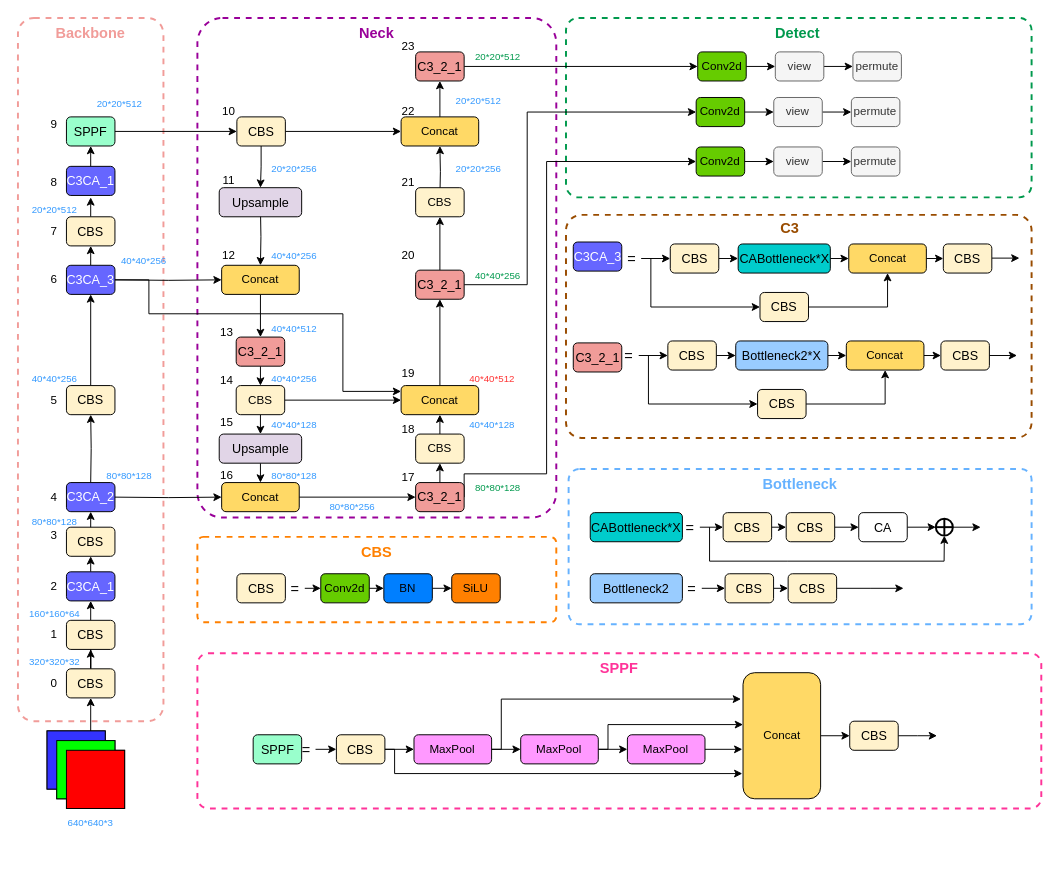
The draw.io diagram improvedyolov56.0.drawio in HaoyuScut/PaddleOCR, before the edit. Source tidied: cells renumbered, new cells numbered last; positions are measured from the earlier drawing's top-left corner, leaving out a move shared by most shapes. Both pictures are drawn from the tidied source at 97%, with x=0, y=0 at pixel (17, 17).
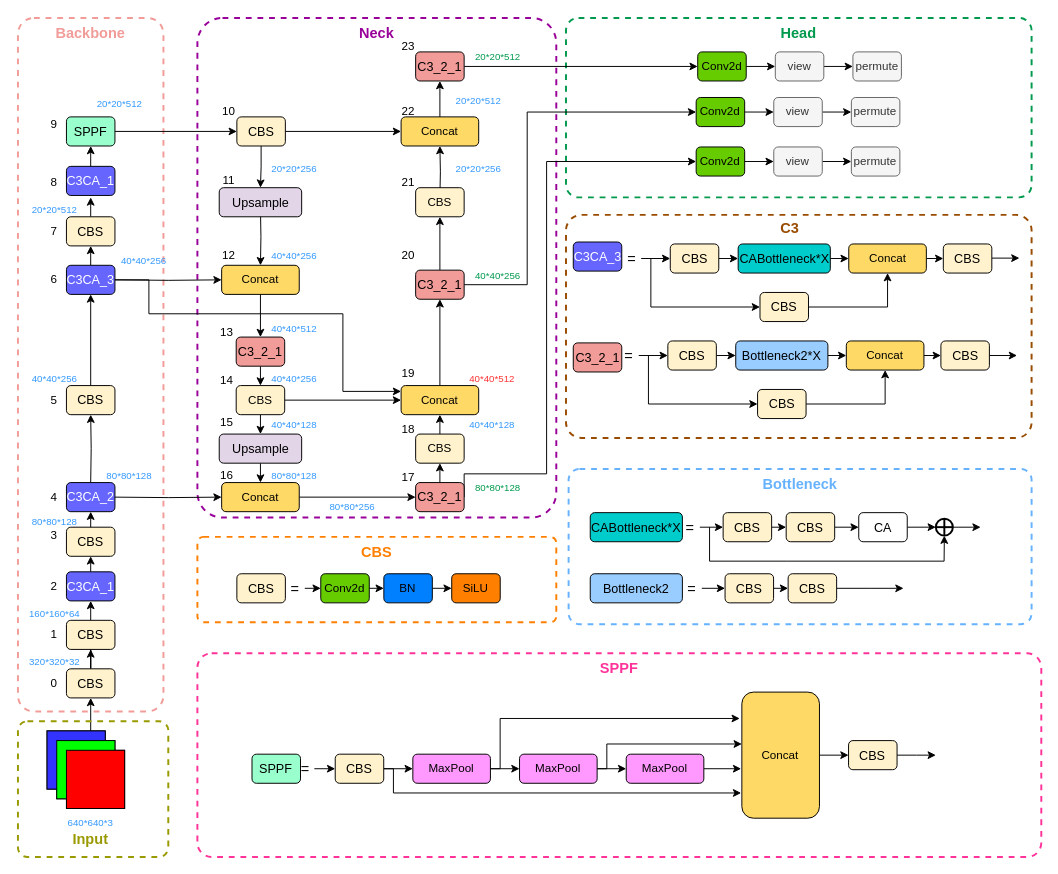
Above is the later version.

Diff of the diagram source:
```diff
@@
     <mxCell id="3" style="rounded=1;whiteSpace=wrap;html=1;shadow=0;dashed=1;fontSize=12;fontColor=#00994D;strokeColor=#FF3399;strokeWidth=2;fillColor=none;arcSize=7;" parent="1" vertex="1">
-      <mxGeometry x="185" y="655" width="870" height="160" as="geometry" />
+      <mxGeometry x="185" y="655" width="870" height="210" as="geometry" />
     </mxCell>
@@
     <mxCell id="8" style="rounded=1;whiteSpace=wrap;html=1;shadow=0;strokeColor=#F19C99;fillColor=none;dashed=1;strokeWidth=2;arcSize=11;" parent="1" vertex="1">
-      <mxGeometry width="150" height="725" as="geometry" />
+      <mxGeometry width="150" height="715" as="geometry" />
     </mxCell>
@@
-    <mxCell id="129" value="&lt;b style=&quot;&quot;&gt;&lt;font color=&quot;#00994d&quot; style=&quot;font-size: 15px;&quot;&gt;Detect&lt;/font&gt;&lt;/b&gt;" style="text;html=1;strokeColor=none;fillColor=none;align=center;verticalAlign=middle;whiteSpace=wrap;rounded=0;shadow=0;dashed=1;" parent="1" vertex="1">
-      <mxGeometry x="774.2" width="60" height="30" as="geometry" />
+    <mxCell id="129" value="&lt;b style=&quot;&quot;&gt;&lt;font color=&quot;#00994d&quot; style=&quot;font-size: 15px;&quot;&gt;Head&lt;/font&gt;&lt;/b&gt;" style="text;html=1;strokeColor=none;fillColor=none;align=center;verticalAlign=middle;whiteSpace=wrap;rounded=0;shadow=0;dashed=1;" parent="1" vertex="1">
+      <mxGeometry x="775" width="60" height="30" as="geometry" />
     </mxCell>
@@
     <mxCell id="183" value="SPPF" style="rounded=1;whiteSpace=wrap;html=1;fillColor=#99FFCC;strokeColor=#000000;fontSize=13;" parent="1" vertex="1">
-      <mxGeometry x="242.5" y="739" width="50" height="30" as="geometry" />
+      <mxGeometry x="241.3" y="759" width="50" height="30" as="geometry" />
     </mxCell>
@@
     <mxCell id="185" value="&lt;font color=&quot;#000000&quot;&gt;=&lt;/font&gt;" style="text;html=1;strokeColor=none;fillColor=none;align=center;verticalAlign=middle;whiteSpace=wrap;rounded=0;shadow=0;dashed=1;fontSize=15;fontColor=#00994D;" parent="1" vertex="1">
-      <mxGeometry x="288.3" y="739" width="18.5" height="30" as="geometry" />
+      <mxGeometry x="287.1" y="759" width="18.5" height="30" as="geometry" />
     </mxCell>
@@
     <mxCell id="187" style="edgeStyle=orthogonalEdgeStyle;rounded=0;jettySize=auto;html=1;exitX=1;exitY=0.5;exitDx=0;exitDy=0;entryX=0;entryY=0.667;entryDx=0;entryDy=0;entryPerimeter=0;fontSize=15;fontColor=#66B2FF;" parent="1" edge="1" source="188">
       <mxGeometry relative="1" as="geometry">
-        <mxPoint x="746.8" y="779" as="targetPoint" />
+        <mxPoint x="745.6" y="799" as="targetPoint" />
         <Array as="points">
-          <mxPoint x="388.3" y="754" />
-          <mxPoint x="388.3" y="779" />
+          <mxPoint x="387.1" y="774" />
+          <mxPoint x="387.1" y="799" />
         </Array>
       </mxGeometry>
     </mxCell>
     <mxCell id="188" value="CBS" style="rounded=1;whiteSpace=wrap;html=1;fillColor=#fff2cc;strokeColor=#000000;fontSize=13;" parent="1" vertex="1">
-      <mxGeometry x="328.3" y="739" width="50" height="30" as="geometry" />
+      <mxGeometry x="327.1" y="759" width="50" height="30" as="geometry" />
     </mxCell>
@@
     <mxCell id="190" style="edgeStyle=orthogonalEdgeStyle;rounded=0;jettySize=auto;html=1;exitX=1;exitY=0.5;exitDx=0;exitDy=0;entryX=-0.017;entryY=0.155;entryDx=0;entryDy=0;entryPerimeter=0;fontSize=15;fontColor=#66B2FF;" parent="1" edge="1" source="191">
       <mxGeometry relative="1" as="geometry">
-        <mxPoint x="745.4" y="702.2" as="targetPoint" />
+        <mxPoint x="744.2" y="722.2" as="targetPoint" />
         <Array as="points">
-          <mxPoint x="498.3" y="754" />
-          <mxPoint x="498.3" y="702" />
+          <mxPoint x="497.1" y="774" />
+          <mxPoint x="497.1" y="722" />
         </Array>
       </mxGeometry>
     </mxCell>
     <mxCell id="191" value="MaxPool" style="rounded=1;whiteSpace=wrap;html=1;fillColor=#FF99FF;strokeColor=#000000;" parent="1" vertex="1">
-      <mxGeometry x="408.3" y="739" width="80" height="30" as="geometry" />
+      <mxGeometry x="407.1" y="759" width="80" height="30" as="geometry" />
     </mxCell>
@@
     <mxCell id="193" style="edgeStyle=orthogonalEdgeStyle;rounded=0;jettySize=auto;html=1;exitX=1;exitY=0.5;exitDx=0;exitDy=0;entryX=0.009;entryY=0.33;entryDx=0;entryDy=0;fontSize=15;fontColor=#66B2FF;entryPerimeter=0;" parent="1" edge="1" source="194">
       <mxGeometry relative="1" as="geometry">
-        <mxPoint x="747.5" y="728.5" as="targetPoint" />
+        <mxPoint x="746.3" y="748.5" as="targetPoint" />
         <Array as="points">
-          <mxPoint x="608.3" y="754" />
-          <mxPoint x="608.3" y="729" />
+          <mxPoint x="607.1" y="774" />
+          <mxPoint x="607.1" y="749" />
         </Array>
       </mxGeometry>
     </mxCell>
     <mxCell id="194" value="MaxPool" style="rounded=1;whiteSpace=wrap;html=1;fillColor=#FF99FF;strokeColor=#000000;" parent="1" vertex="1">
-      <mxGeometry x="518.3" y="739" width="80" height="30" as="geometry" />
+      <mxGeometry x="517.1" y="759" width="80" height="30" as="geometry" />
     </mxCell>
     <mxCell id="195" style="edgeStyle=orthogonalEdgeStyle;rounded=0;jettySize=auto;html=1;exitX=1;exitY=0.5;exitDx=0;exitDy=0;entryX=0;entryY=0.5;entryDx=0;entryDy=0;fontSize=15;fontColor=#66B2FF;" parent="1" edge="1" source="196">
       <mxGeometry relative="1" as="geometry">
-        <mxPoint x="746.8" y="754" as="targetPoint" />
+        <mxPoint x="745.6" y="774" as="targetPoint" />
       </mxGeometry>
     </mxCell>
     <mxCell id="196" value="MaxPool" style="rounded=1;whiteSpace=wrap;html=1;fillColor=#FF99FF;strokeColor=#000000;" parent="1" vertex="1">
-      <mxGeometry x="628.3" y="739" width="80" height="30" as="geometry" />
+      <mxGeometry x="627.1" y="759" width="80" height="30" as="geometry" />
     </mxCell>
@@
     <mxCell id="198" value="Concat" style="rounded=1;whiteSpace=wrap;html=1;fillColor=#FFD966;strokeColor=#000000;" parent="1" vertex="1">
-      <mxGeometry x="747.5" y="675" width="80" height="130" as="geometry" />
+      <mxGeometry x="746.3" y="695" width="80" height="130" as="geometry" />
     </mxCell>
     <mxCell id="199" style="edgeStyle=orthogonalEdgeStyle;rounded=0;jettySize=auto;html=1;fontSize=15;fontColor=#66B2FF;" parent="1" edge="1" source="200">
       <mxGeometry relative="1" as="geometry">
-        <mxPoint x="947.5" y="740" as="targetPoint" />
+        <mxPoint x="946.3" y="760" as="targetPoint" />
       </mxGeometry>
     </mxCell>
     <mxCell id="200" value="CBS" style="rounded=1;whiteSpace=wrap;html=1;fillColor=#fff2cc;strokeColor=#000000;fontSize=13;" parent="1" vertex="1">
-      <mxGeometry x="857.5" y="725" width="50" height="30" as="geometry" />
+      <mxGeometry x="856.3" y="745" width="50" height="30" as="geometry" />
     </mxCell>
@@
+    <mxCell id="213" style="rounded=1;whiteSpace=wrap;html=1;shadow=0;dashed=1;fontSize=12;fontColor=#00994D;strokeColor=#999900;strokeWidth=2;fillColor=none;arcSize=7;" parent="1" vertex="1">
+      <mxGeometry y="725" width="155" height="140" as="geometry" />
+    </mxCell>
+    <mxCell id="214" value="&lt;span style=&quot;font-size: 15px;&quot;&gt;&lt;b style=&quot;&quot;&gt;&lt;font color=&quot;#999900&quot;&gt;Input&lt;/font&gt;&lt;/b&gt;&lt;/span&gt;" style="text;html=1;strokeColor=none;fillColor=none;align=center;verticalAlign=middle;whiteSpace=wrap;rounded=0;shadow=0;dashed=1;" parent="1" vertex="1">
+      <mxGeometry x="45" y="831" width="60" height="30" as="geometry" />
+    </mxCell>
```
